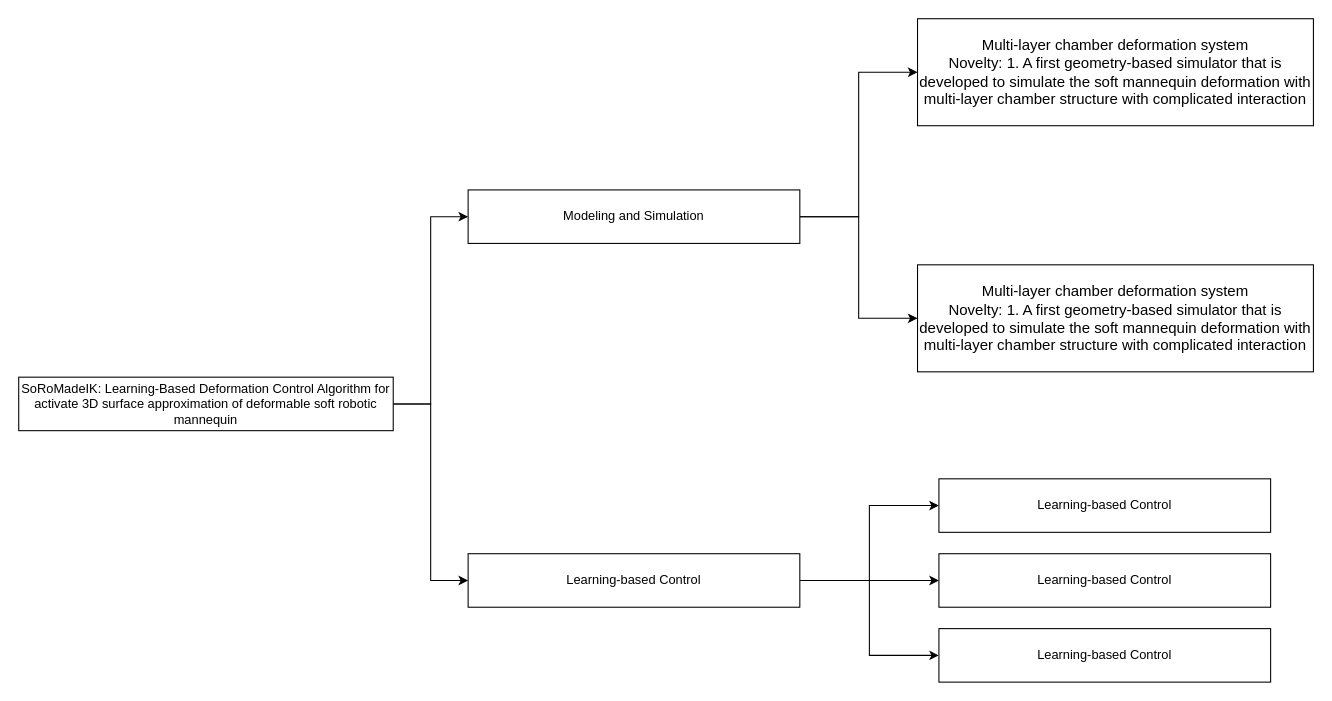
The draw.io diagram Untitled Diagram.drawio in YingGwan/TyporaUploadImg, before the edit. Source tidied: cells renumbered, new cells numbered last; positions are measured from the earlier drawing's top-left corner, leaving out a move shared by most shapes. Both pictures are drawn from the tidied source at 107%, with x=0, y=0 at pixel (18, 18).
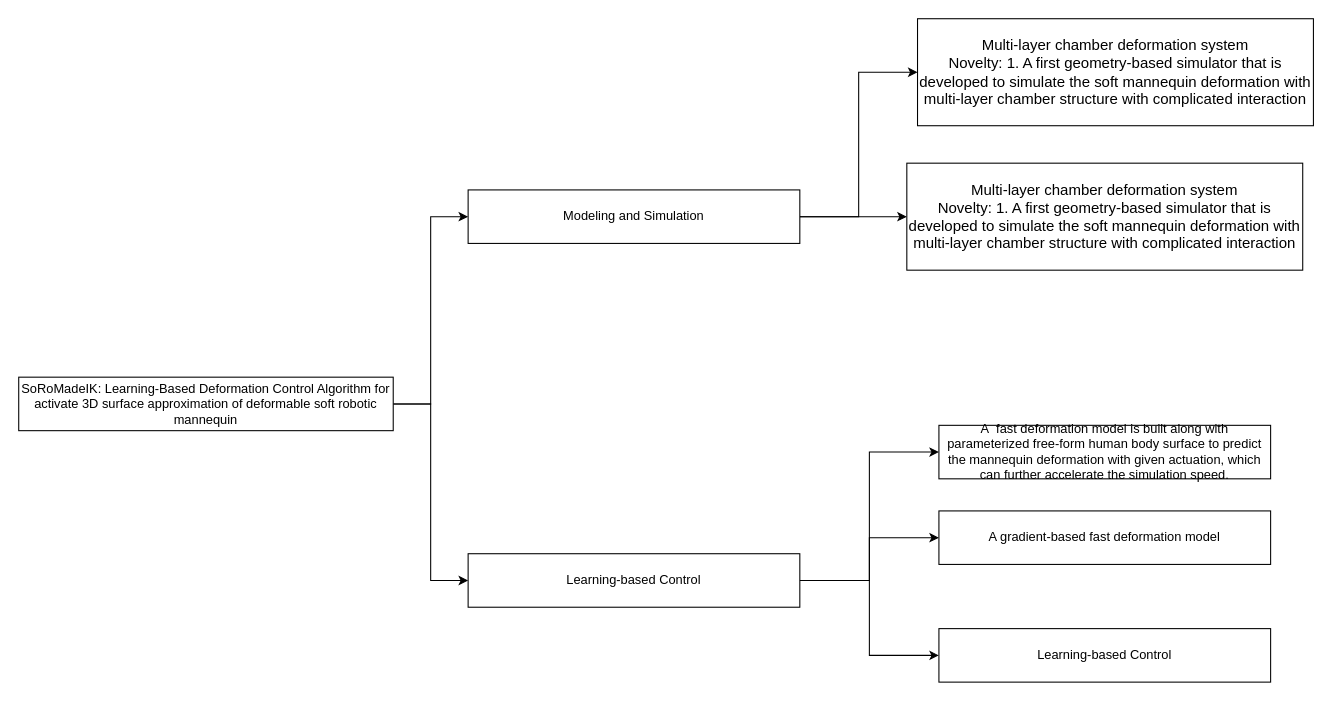
The same page after the edit.

The edit, as a diff of the source:
```diff
@@
 <mxGraphModel>
   <root>
     <mxCell id="0" />
     <mxCell id="1" parent="0" />
     <mxCell id="2" style="edgeStyle=orthogonalEdgeStyle;rounded=0;jettySize=auto;html=1;exitX=1;exitY=0.5;exitDx=0;exitDy=0;entryX=0;entryY=0.5;entryDx=0;entryDy=0;" parent="1" edge="1" source="4" target="8">
       <mxGeometry relative="1" as="geometry" />
     </mxCell>
     <mxCell id="3" style="edgeStyle=orthogonalEdgeStyle;rounded=0;jettySize=auto;html=1;exitX=1;exitY=0.5;exitDx=0;exitDy=0;entryX=0;entryY=0.5;entryDx=0;entryDy=0;" parent="1" edge="1" source="4" target="13">
       <mxGeometry relative="1" as="geometry" />
     </mxCell>
     <mxCell id="4" value="SoRoMadeIK: Learning-Based Deformation Control Algorithm for activate 3D surface approximation of deformable soft robotic mannequin" style="rounded=0;whiteSpace=wrap;html=1;" parent="1" vertex="1">
       <mxGeometry y="335" width="350" height="50" as="geometry" />
     </mxCell>
     <mxCell id="5" value="&lt;font style=&quot;font-size: 14px;&quot;&gt;Multi-layer chamber deformation system&lt;br&gt;Novelty: 1. A first geometry-based simulator that is developed to simulate the soft mannequin deformation with multi-layer chamber structure with complicated interaction&lt;/font&gt;" style="rounded=0;whiteSpace=wrap;html=1;" parent="1" vertex="1">
       <mxGeometry x="840" width="370" height="100" as="geometry" />
     </mxCell>
     <mxCell id="6" style="edgeStyle=orthogonalEdgeStyle;rounded=0;jettySize=auto;html=1;entryX=0;entryY=0.5;entryDx=0;entryDy=0;" parent="1" edge="1" source="8" target="5">
       <mxGeometry relative="1" as="geometry" />
     </mxCell>
-    <mxCell id="7" style="edgeStyle=orthogonalEdgeStyle;rounded=0;jettySize=auto;html=1;exitX=1;exitY=0.5;exitDx=0;exitDy=0;" parent="1" edge="1" source="8" target="9">
-      <mxGeometry relative="1" as="geometry">
-        <Array as="points">
-          <mxPoint x="785" y="185" />
-          <mxPoint x="785" y="280" />
-        </Array>
-      </mxGeometry>
+    <mxCell id="7" style="edgeStyle=orthogonalEdgeStyle;rounded=0;jettySize=auto;html=1;exitX=1;exitY=0.5;exitDx=0;exitDy=0;entryX=0;entryY=0.5;entryDx=0;entryDy=0;" parent="1" edge="1" source="8" target="9">
+      <mxGeometry relative="1" as="geometry" />
     </mxCell>
     <mxCell id="8" value="Modeling and Simulation" style="rounded=0;whiteSpace=wrap;html=1;" parent="1" vertex="1">
       <mxGeometry x="420" y="160" width="310" height="50" as="geometry" />
     </mxCell>
     <mxCell id="9" value="&lt;font style=&quot;font-size: 14px;&quot;&gt;Multi-layer chamber deformation system&lt;br&gt;Novelty: 1. A first geometry-based simulator that is developed to simulate the soft mannequin deformation with multi-layer chamber structure with complicated interaction&lt;/font&gt;" style="rounded=0;whiteSpace=wrap;html=1;" parent="1" vertex="1">
-      <mxGeometry x="840" y="230" width="370" height="100" as="geometry" />
+      <mxGeometry x="830" y="135" width="370" height="100" as="geometry" />
     </mxCell>
     <mxCell id="10" style="edgeStyle=orthogonalEdgeStyle;rounded=0;jettySize=auto;html=1;exitX=1;exitY=0.5;exitDx=0;exitDy=0;entryX=0;entryY=0.5;entryDx=0;entryDy=0;" parent="1" edge="1" source="13" target="14">
       <mxGeometry relative="1" as="geometry" />
     </mxCell>
     <mxCell id="11" style="edgeStyle=orthogonalEdgeStyle;rounded=0;jettySize=auto;html=1;exitX=1;exitY=0.5;exitDx=0;exitDy=0;entryX=0;entryY=0.5;entryDx=0;entryDy=0;" parent="1" edge="1" source="13" target="15">
       <mxGeometry relative="1" as="geometry" />
     </mxCell>
     <mxCell id="12" style="edgeStyle=orthogonalEdgeStyle;rounded=0;jettySize=auto;html=1;exitX=1;exitY=0.5;exitDx=0;exitDy=0;entryX=0;entryY=0.5;entryDx=0;entryDy=0;" parent="1" edge="1" source="13" target="16">
       <mxGeometry relative="1" as="geometry" />
     </mxCell>
     <mxCell id="13" value="Learning-based Control" style="rounded=0;whiteSpace=wrap;html=1;" parent="1" vertex="1">
       <mxGeometry x="420" y="500" width="310" height="50" as="geometry" />
     </mxCell>
-    <mxCell id="14" value="Learning-based Control" style="rounded=0;whiteSpace=wrap;html=1;" parent="1" vertex="1">
-      <mxGeometry x="860" y="430" width="310" height="50" as="geometry" />
+    <mxCell id="14" value="A&amp;nbsp; fast deformation model is built along with parameterized free-form human body surface to predict the mannequin deformation with given actuation, which can further accelerate the simulation speed." style="rounded=0;whiteSpace=wrap;html=1;" parent="1" vertex="1">
+      <mxGeometry x="860" y="380" width="310" height="50" as="geometry" />
     </mxCell>
-    <mxCell id="15" value="Learning-based Control" style="rounded=0;whiteSpace=wrap;html=1;" parent="1" vertex="1">
-      <mxGeometry x="860" y="500" width="310" height="50" as="geometry" />
+    <mxCell id="15" value="A gradient-based fast deformation model" style="rounded=0;whiteSpace=wrap;html=1;" parent="1" vertex="1">
+      <mxGeometry x="860" y="460" width="310" height="50" as="geometry" />
     </mxCell>
     <mxCell id="16" value="Learning-based Control" style="rounded=0;whiteSpace=wrap;html=1;" parent="1" vertex="1">
       <mxGeometry x="860" y="570" width="310" height="50" as="geometry" />
     </mxCell>
   </root>
 </mxGraphModel>
```
